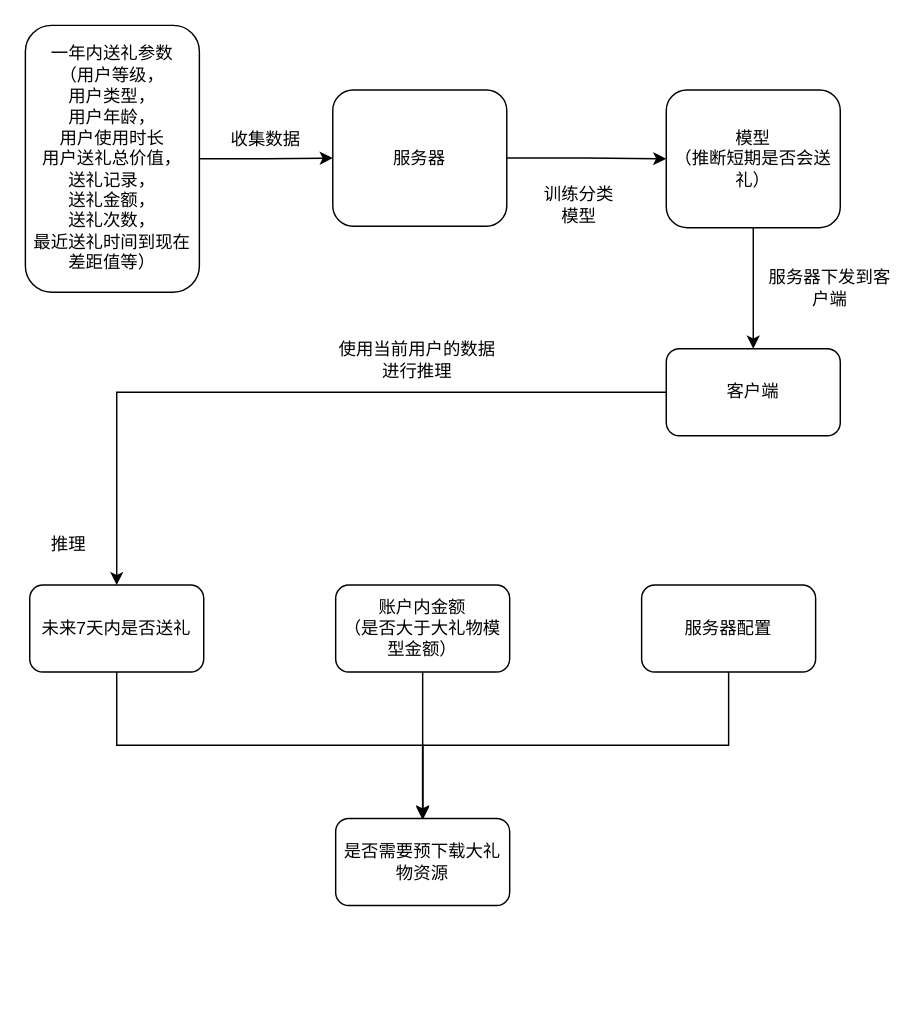
Earlier version of the draw.io diagram page "第 3 页" (3 of 5) of ymat跟随父类运动.drawio (cangwang/news). Source tidied: cells renumbered, new cells numbered last; positions are measured from the earlier drawing's top-left corner, leaving out a move shared by most shapes. Both pictures are drawn from the tidied source at 145%, with x=0, y=0 at pixel (25, 25).
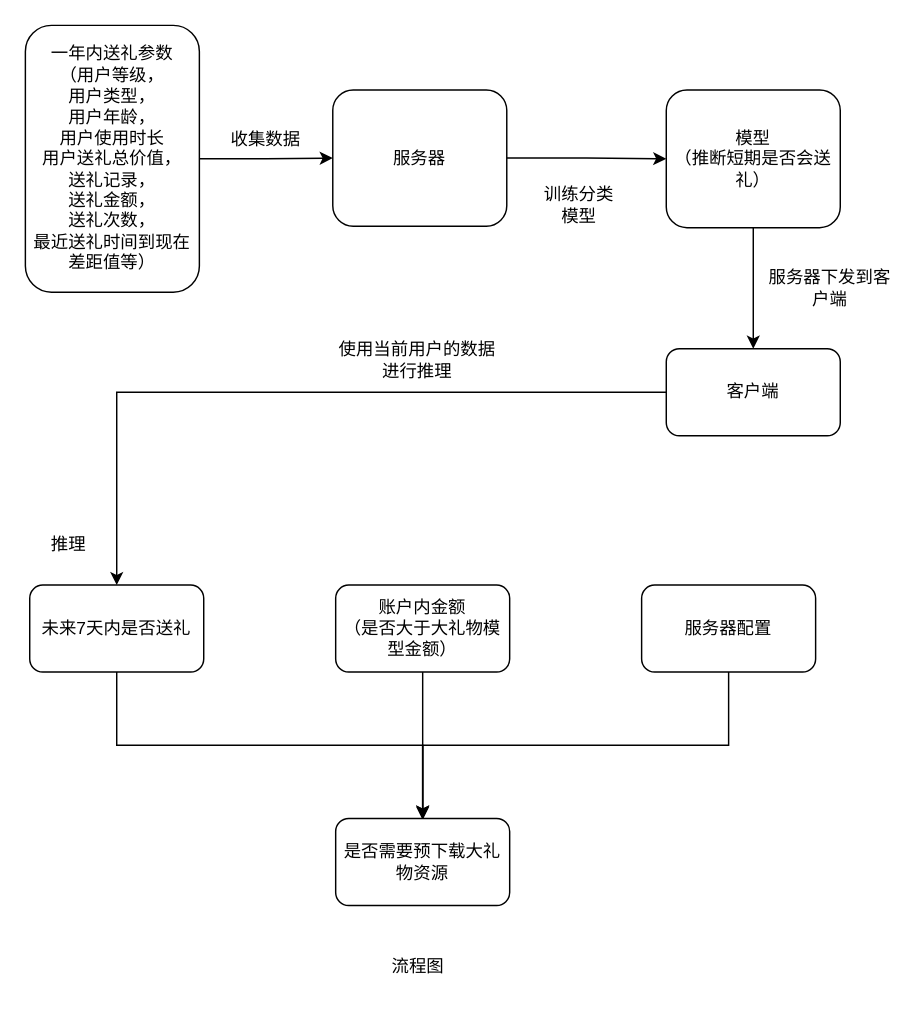
The same page after the edit.

Commit message:
更新ymat跟随父类运动.drawio

What changed in the source:
```diff
@@
+    <mxCell id="24" value="流程图" style="text;html=1;align=center;verticalAlign=middle;whiteSpace=wrap;rounded=0;" parent="1" vertex="1">
+      <mxGeometry x="241" y="634" width="60" height="30" as="geometry" />
+    </mxCell>
```
